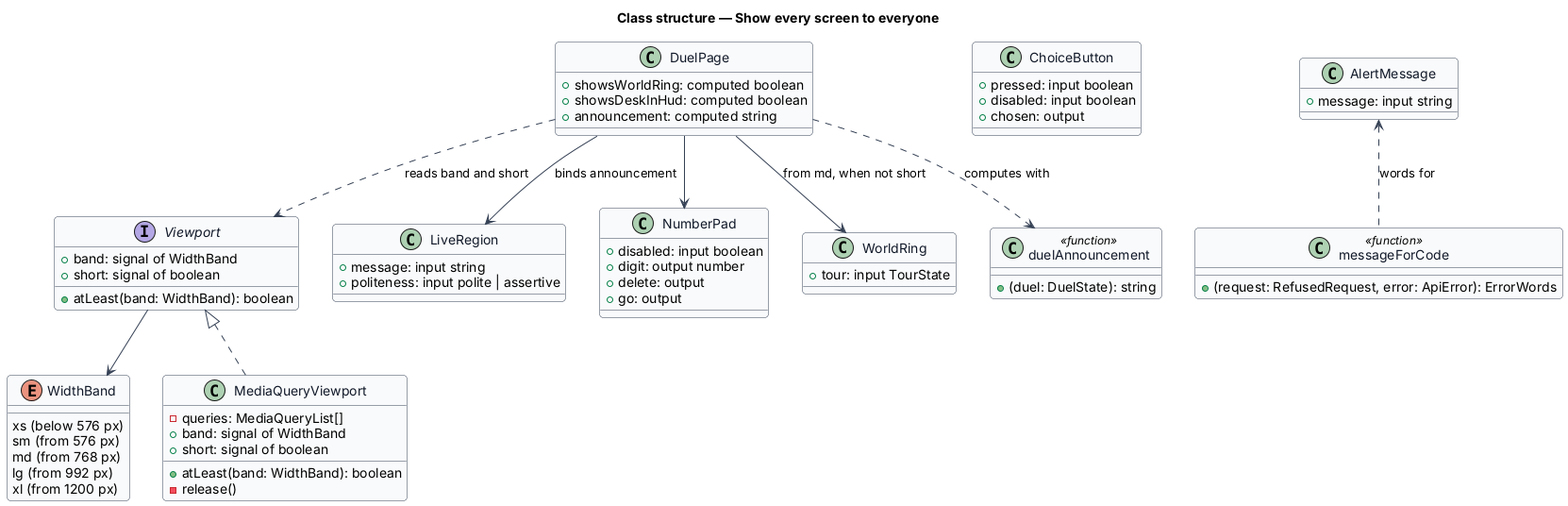
Before: docs/detailed-designs/platform/show-every-screen-to-everyone/diagrams/class-structure.png, a diagram exported from PlantUML (QuinntyneBrown/around-the-world). Its source is kept beside it as docs/detailed-designs/platform/show-every-screen-to-everyone/diagrams/class-structure.puml. Its diagram source:
```plantuml
@startuml
skinparam backgroundColor #FFFFFF
skinparam shadowing false
skinparam roundcorner 8
skinparam defaultFontName Arial
skinparam ArrowColor #344054
skinparam class {
  BorderColor #344054
  FontColor #101828
  BackgroundColor #F9FAFB
}
title Class structure — Show every screen to everyone

enum WidthBand {
  xs (below 576 px)
  sm (from 576 px)
  md (from 768 px)
  lg (from 992 px)
  xl (from 1200 px)
}
interface Viewport {
  +band: signal of WidthBand
  +short: signal of boolean
  +atLeast(band: WidthBand): boolean
}
class MediaQueryViewport {
  -queries: MediaQueryList[]
  +band: signal of WidthBand
  +short: signal of boolean
  +atLeast(band: WidthBand): boolean
  -release()
}
class DuelPage {
  +showsWorldRing: computed boolean
  +showsDeskInHud: computed boolean
  +announcement: computed string
}
class ChoiceButton {
  +pressed: input boolean
  +disabled: input boolean
  +chosen: output
}
class LiveRegion {
  +message: input string
  +politeness: input polite | assertive
}
class AlertMessage {
  +message: input string
}
class NumberPad {
  +disabled: input boolean
  +digit: output number
  +delete: output
  +go: output
}
class WorldRing {
  +tour: input TourState
}
class "messageForCode" as messageForCode <<function>> {
  +(request: RefusedRequest, error: ApiError): ErrorWords
}
class "duelAnnouncement" as duelAnnouncement <<function>> {
  +(duel: DuelState): string
}
Viewport <|.. MediaQueryViewport
Viewport --> WidthBand
DuelPage ..> Viewport : reads band and short
DuelPage ..> duelAnnouncement : computes with
DuelPage --> LiveRegion : binds announcement
DuelPage --> NumberPad
DuelPage --> WorldRing : from md, when not short
AlertMessage <.. messageForCode : words for
@enduml
```
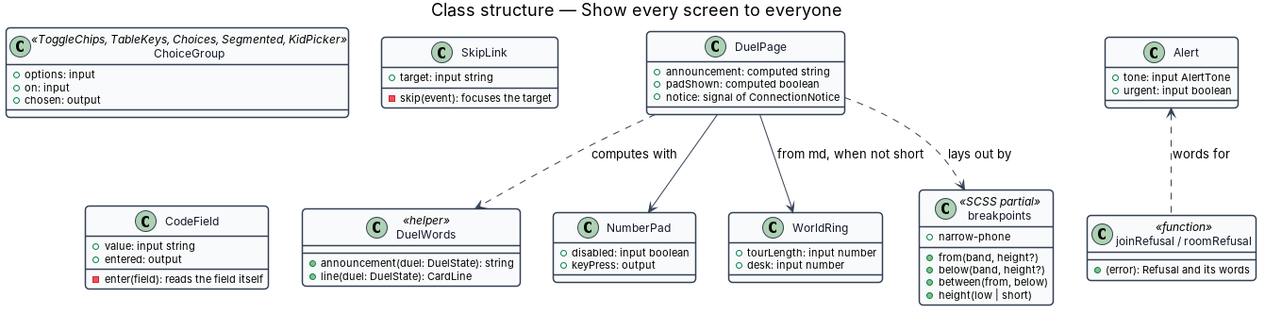
After the commit.

The edit, as a diff of the source:
```diff
@@ -11,63 +11,54 @@
 }
 title Class structure — Show every screen to everyone
 
-enum WidthBand {
-  xs (below 576 px)
-  sm (from 576 px)
-  md (from 768 px)
-  lg (from 992 px)
-  xl (from 1200 px)
+class DuelPage {
+  +announcement: computed string
+  +padShown: computed boolean
+  +notice: signal of ConnectionNotice
 }
-interface Viewport {
-  +band: signal of WidthBand
-  +short: signal of boolean
-  +atLeast(band: WidthBand): boolean
+class "DuelWords" as DuelWords <<helper>> {
+  +announcement(duel: DuelState): string
+  +line(duel: DuelState): CardLine
 }
-class MediaQueryViewport {
-  -queries: MediaQueryList[]
-  +band: signal of WidthBand
-  +short: signal of boolean
-  +atLeast(band: WidthBand): boolean
-  -release()
-}
-class DuelPage {
-  +showsWorldRing: computed boolean
-  +showsDeskInHud: computed boolean
-  +announcement: computed string
-}
-class ChoiceButton {
-  +pressed: input boolean
-  +disabled: input boolean
+class "ChoiceGroup" as ChoiceGroup <<ToggleChips, TableKeys, Choices, Segmented, KidPicker>> {
+  +options: input
+  +on: input
   +chosen: output
 }
-class LiveRegion {
-  +message: input string
-  +politeness: input polite | assertive
+class Alert {
+  +tone: input AlertTone
+  +urgent: input boolean
 }
-class AlertMessage {
-  +message: input string
+class SkipLink {
+  +target: input string
+  -skip(event): focuses the target
+}
+class CodeField {
+  +value: input string
+  +entered: output
+  -enter(field): reads the field itself
 }
 class NumberPad {
   +disabled: input boolean
-  +digit: output number
-  +delete: output
-  +go: output
+  +keyPress: output
 }
 class WorldRing {
-  +tour: input TourState
+  +tourLength: input number
+  +desk: input number
 }
-class "messageForCode" as messageForCode <<function>> {
-  +(request: RefusedRequest, error: ApiError): ErrorWords
+class "joinRefusal / roomRefusal" as refusal <<function>> {
+  +(error): Refusal and its words
 }
-class "duelAnnouncement" as duelAnnouncement <<function>> {
-  +(duel: DuelState): string
+class "breakpoints" as bp <<SCSS partial>> {
+  +from(band, height?)
+  +below(band, height?)
+  +between(from, below)
+  +height(low | short)
+  +narrow-phone
 }
-Viewport <|.. MediaQueryViewport
-Viewport --> WidthBand
-DuelPage ..> Viewport : reads band and short
-DuelPage ..> duelAnnouncement : computes with
-DuelPage --> LiveRegion : binds announcement
+DuelPage ..> DuelWords : computes with
 DuelPage --> NumberPad
 DuelPage --> WorldRing : from md, when not short
-AlertMessage <.. messageForCode : words for
+DuelPage ..> bp : lays out by
+Alert <.. refusal : words for
 @enduml
```
